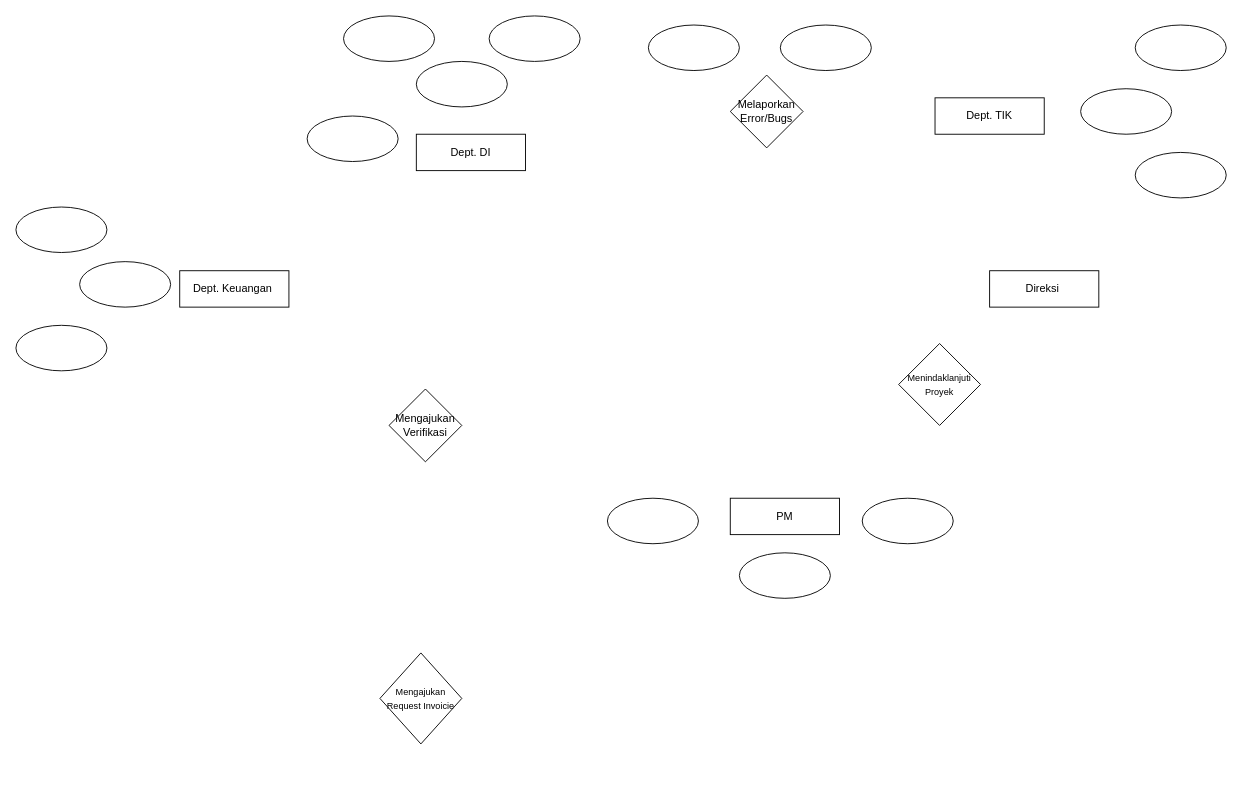
Above: Entity_Relationship_Diagram.drawio in Tian7877/Hanoi_Tower (draw.io), before the change. Source tidied: cells renumbered, new cells numbered last; positions are measured from the earlier drawing's top-left corner, leaving out a move shared by most shapes. Both pictures are drawn from the tidied source at 91%, with x=0, y=0 at pixel (15, 15).
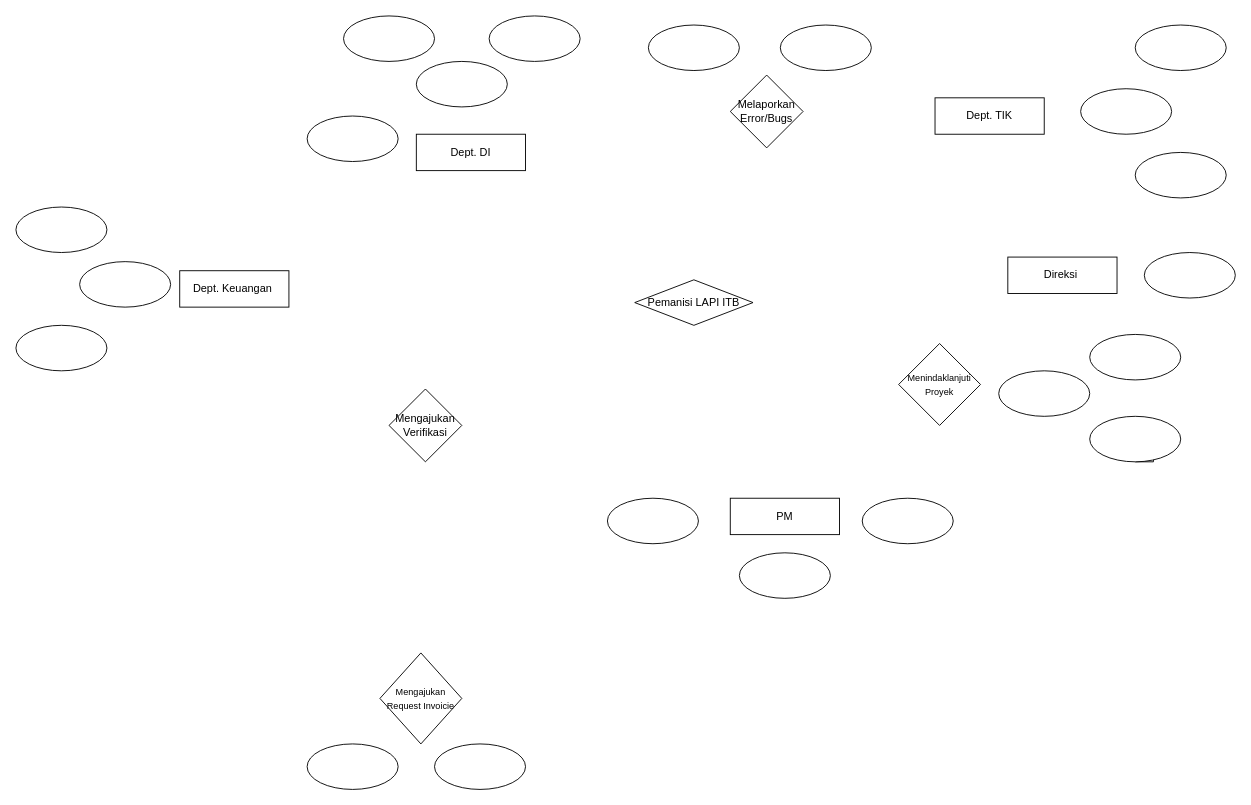
After the change.

What changed in the source:
```diff
@@
     <mxCell id="5" value="Direksi&amp;nbsp;" style="rounded=0;whiteSpace=wrap;html=1;" parent="1" vertex="1">
-      <mxGeometry x="1070" y="280" width="120" height="40" as="geometry" />
+      <mxGeometry x="1090" y="265" width="120" height="40" as="geometry" />
     </mxCell>
@@
+    <mxCell id="27" style="ellipse;whiteSpace=wrap;html=1;rotation=0;" parent="1" vertex="1">
+      <mxGeometry x="320" y="800" width="100" height="50" as="geometry" />
+    </mxCell>
+    <mxCell id="28" style="ellipse;whiteSpace=wrap;html=1;rotation=0;" parent="1" vertex="1">
+      <mxGeometry x="460" y="800" width="100" height="50" as="geometry" />
+    </mxCell>
+    <mxCell id="29" style="ellipse;whiteSpace=wrap;html=1;" parent="1" vertex="1">
+      <mxGeometry x="1240" y="260" width="100" height="50" as="geometry" />
+    </mxCell>
+    <mxCell id="30" style="ellipse;whiteSpace=wrap;html=1;" parent="1" vertex="1">
+      <mxGeometry x="1080" y="390" width="100" height="50" as="geometry" />
+    </mxCell>
+    <mxCell id="31" style="edgeStyle=orthogonalEdgeStyle;rounded=0;jettySize=auto;html=1;exitX=0.5;exitY=1;exitDx=0;exitDy=0;" parent="1" edge="1" source="32">
+      <mxGeometry relative="1" as="geometry">
+        <mxPoint x="1250" y="460" as="targetPoint" />
+      </mxGeometry>
+    </mxCell>
+    <mxCell id="32" style="ellipse;whiteSpace=wrap;html=1;" parent="1" vertex="1">
+      <mxGeometry x="1180" y="440" width="100" height="50" as="geometry" />
+    </mxCell>
+    <mxCell id="33" style="ellipse;whiteSpace=wrap;html=1;" parent="1" vertex="1">
+      <mxGeometry x="1180" y="350" width="100" height="50" as="geometry" />
+    </mxCell>
+    <mxCell id="34" value="Pemanisi LAPI ITB" style="shape=rhombus;html=1;dashed=0;whiteSpace=wrap;perimeter=rhombusPerimeter;" parent="1" vertex="1">
+      <mxGeometry x="680" y="290" width="130" height="50" as="geometry" />
+    </mxCell>
```
